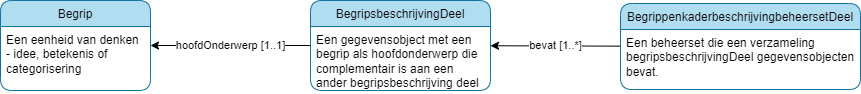
The draw.io diagram sessies/metadata/versiebeheer/media/versiebeheer.begripsbeschrijvingDeel.drawio.png in pldn/nederlands-profiel-voor-stelselcatalogi, before a commit. Source tidied: cells renumbered, new cells last; positions are measured from the earlier drawing's top-left corner, leaving out a move shared by most shapes.
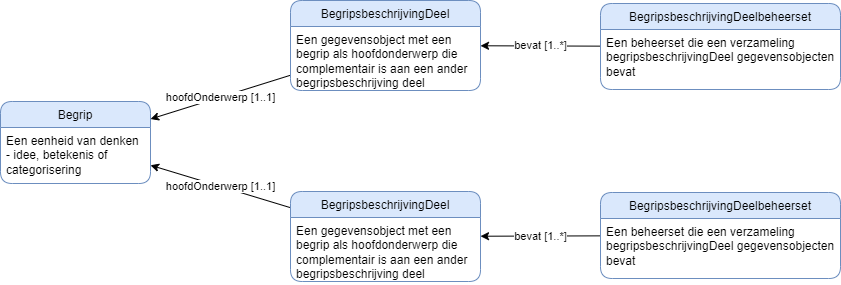
After the commit.

Change to the diagram source:
```diff
@@ -5,26 +5,44 @@
     <mxCell id="2" value="hoofdOnderwerp [1..1]" style="edgeStyle=none;html=1;" parent="1" edge="1" source="3" target="8">
       <mxGeometry relative="1" as="geometry" />
     </mxCell>
-    <mxCell id="3" value="BegripsbeschrijvingDeel" style="swimlane;fontStyle=0;horizontal=1;startSize=26;fillColor=#b1ddf0;rounded=1;strokeColor=#10739e;" parent="1" vertex="1">
-      <mxGeometry x="310" width="180" height="90" as="geometry" />
+    <mxCell id="3" value="BegripsbeschrijvingDeel" style="swimlane;fontStyle=0;horizontal=1;startSize=26;rounded=1;fillColor=#dae8fc;strokeColor=#6c8ebf;" parent="1" vertex="1">
+      <mxGeometry x="310" width="190" height="90" as="geometry" />
     </mxCell>
-    <mxCell id="4" value="Een gegevensobject met een begrip als hoofdonderwerp die complementair is aan een ander begripsbeschrijving deel" style="text;strokeColor=none;fillColor=none;align=left;verticalAlign=top;spacingLeft=4;spacingRight=4;overflow=hidden;whiteSpace=wrap;" parent="3" vertex="1">
-      <mxGeometry y="26" width="180" height="64" as="geometry" />
+    <mxCell id="4" value="Een gegevensobject met een begrip als hoofdonderwerp die complementair is aan een ander begripsbeschrijving deel" style="text;align=left;verticalAlign=top;spacingLeft=4;spacingRight=4;overflow=hidden;whiteSpace=wrap;" parent="3" vertex="1">
+      <mxGeometry y="26" width="190" height="64" as="geometry" />
     </mxCell>
     <mxCell id="5" value="bevat [1..*]" style="edgeStyle=none;html=1;" parent="1" edge="1" source="6" target="3">
       <mxGeometry relative="1" as="geometry" />
     </mxCell>
-    <mxCell id="6" value="BegrippenkaderbeschrijvingbeheersetDeel" style="swimlane;fontStyle=0;horizontal=1;startSize=26;fillColor=#b1ddf0;rounded=1;strokeColor=#10739e;" parent="1" vertex="1">
-      <mxGeometry x="620" y="3" width="240" height="86" as="geometry" />
+    <mxCell id="6" value="BegripsbeschrijvingDeelbeheerset" style="swimlane;fontStyle=0;horizontal=1;startSize=26;rounded=1;fillColor=#dae8fc;strokeColor=#6c8ebf;" parent="1" vertex="1">
+      <mxGeometry x="620" y="1" width="240" height="86" as="geometry" />
     </mxCell>
-    <mxCell id="7" value="Een beheerset die een verzameling begripsbeschrijvingDeel gegevensobjecten bevat. " style="text;strokeColor=none;fillColor=none;align=left;verticalAlign=top;spacingLeft=4;spacingRight=4;overflow=hidden;whiteSpace=wrap;spacingBottom=0;" parent="6" vertex="1">
+    <mxCell id="7" value="Een beheerset die een verzameling begripsbeschrijvingDeel gegevensobjecten bevat" style="text;strokeColor=none;fillColor=none;align=left;verticalAlign=top;spacingLeft=4;spacingRight=4;overflow=hidden;whiteSpace=wrap;spacingBottom=0;" parent="6" vertex="1">
       <mxGeometry y="26" width="240" height="60" as="geometry" />
     </mxCell>
-    <mxCell id="8" value="Begrip" style="swimlane;fontStyle=0;horizontal=1;startSize=26;fillColor=#b1ddf0;rounded=1;strokeColor=#10739e;" parent="1" vertex="1">
-      <mxGeometry width="150" height="90" as="geometry" />
+    <mxCell id="8" value="Begrip" style="swimlane;fontStyle=0;horizontal=1;startSize=26;fillColor=#dae8fc;rounded=1;strokeColor=#6c8ebf;" parent="1" vertex="1">
+      <mxGeometry x="20" y="-90" width="150" height="82" as="geometry" />
     </mxCell>
     <mxCell id="9" value="Een eenheid van denken - idee, betekenis of categorisering" style="text;strokeColor=none;fillColor=none;align=left;verticalAlign=top;spacingLeft=4;spacingRight=4;overflow=hidden;whiteSpace=wrap;" parent="8" vertex="1">
-      <mxGeometry y="26" width="150" height="64" as="geometry" />
+      <mxGeometry y="26" width="150" height="56" as="geometry" />
     </mxCell>
+    <mxCell id="10" value="hoofdOnderwerp [1..1]" style="edgeStyle=none;html=1;" parent="1" edge="1" source="11" target="8">
+      <mxGeometry relative="1" as="geometry" />
+    </mxCell>
+    <mxCell id="11" value="BegripsbeschrijvingDeel" style="swimlane;fontStyle=0;horizontal=1;startSize=26;rounded=1;fillColor=#dae8fc;strokeColor=#6c8ebf;" parent="1" vertex="1">
+      <mxGeometry x="310" y="-191" width="190" height="90" as="geometry" />
+    </mxCell>
+    <mxCell id="12" value="Een gegevensobject met een begrip als hoofdonderwerp die complementair is aan een ander begripsbeschrijving deel" style="text;strokeColor=none;fillColor=none;align=left;verticalAlign=top;spacingLeft=4;spacingRight=4;overflow=hidden;whiteSpace=wrap;" parent="11" vertex="1">
+      <mxGeometry y="26" width="190" height="64" as="geometry" />
+    </mxCell>
+    <mxCell id="13" value="bevat [1..*]" style="edgeStyle=none;html=1;" parent="1" edge="1" source="14" target="11">
+      <mxGeometry relative="1" as="geometry" />
+    </mxCell>
+    <mxCell id="14" value="BegripsbeschrijvingDeelbeheerset" style="swimlane;fontStyle=0;horizontal=1;startSize=26;rounded=1;fillColor=#dae8fc;strokeColor=#6c8ebf;" parent="1" vertex="1">
+      <mxGeometry x="620" y="-188" width="240" height="86" as="geometry" />
+    </mxCell>
+    <mxCell id="15" value="Een beheerset die een verzameling begripsbeschrijvingDeel gegevensobjecten bevat" style="text;strokeColor=none;fillColor=none;align=left;verticalAlign=top;spacingLeft=4;spacingRight=4;overflow=hidden;whiteSpace=wrap;spacingBottom=0;" parent="14" vertex="1">
+      <mxGeometry y="26" width="240" height="60" as="geometry" />
+    </mxCell>
   </root>
 </mxGraphModel>
```
